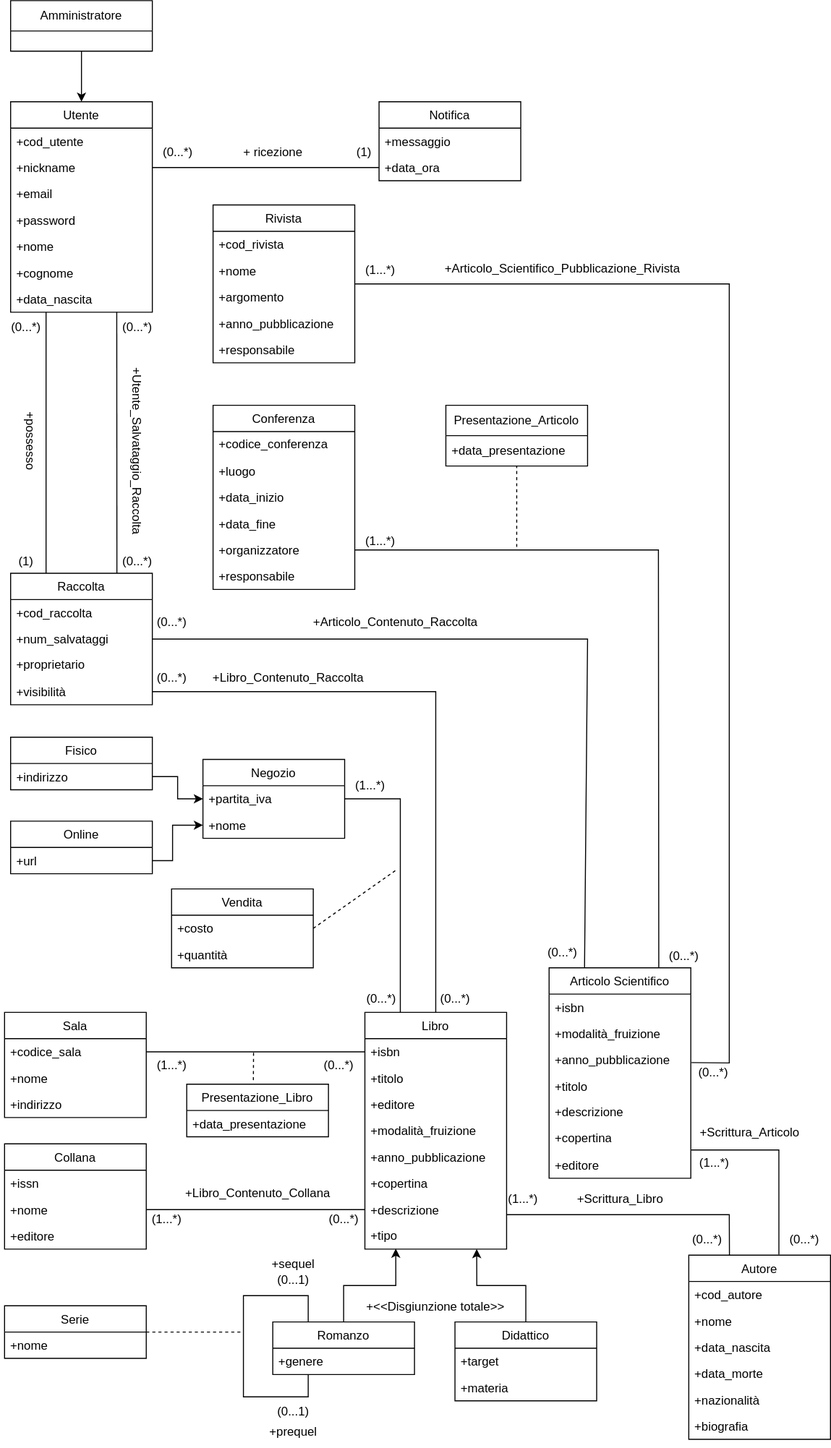
Above: progettazione_concettuale/Modello_Concettuale_UML.drawio.svg in m3tt0/Progetto_OB_BASI (draw.io), before the change. Source tidied: cells renumbered, new cells last; positions are measured from the earlier drawing's top-left corner, leaving out a move shared by most shapes.
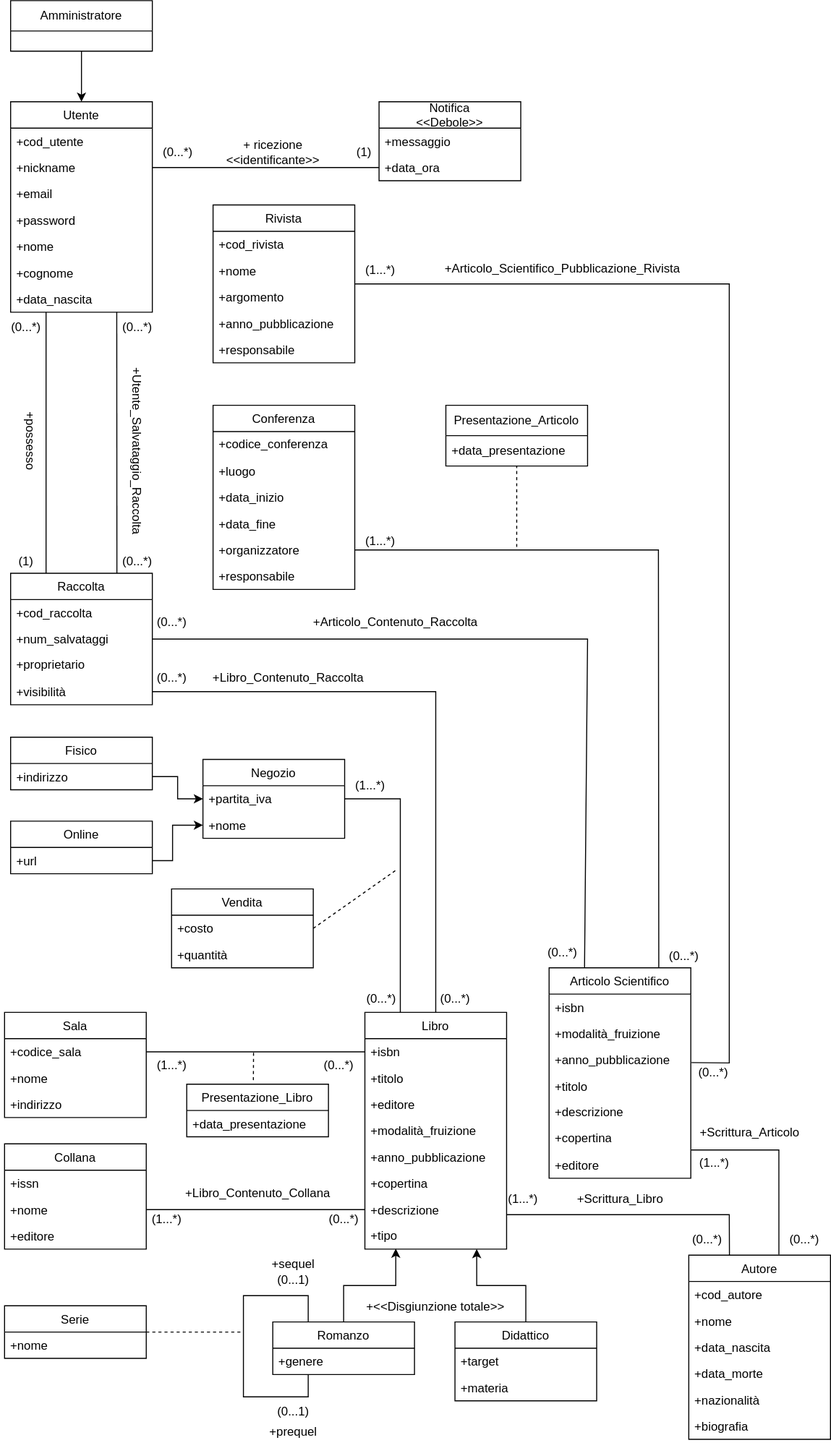
Above is the later version.

The edit, as a diff of the source:
```diff
@@ -358,7 +358,7 @@
     <mxCell id="111" style="edgeStyle=orthogonalEdgeStyle;rounded=0;jettySize=auto;html=1;entryX=1;entryY=0.5;entryDx=0;entryDy=0;exitX=0;exitY=0.5;exitDx=0;exitDy=0;endArrow=none;endFill=0;" parent="1" edge="1" source="114" target="94">
       <mxGeometry relative="1" as="geometry" />
     </mxCell>
-    <mxCell id="112" value="Notifica" style="swimlane;fontStyle=0;horizontal=1;startSize=26;fillColor=none;" parent="1" vertex="1">
+    <mxCell id="112" value="Notifica&#10;&lt;&lt;Debole&gt;&gt;" style="swimlane;fontStyle=0;horizontal=1;startSize=26;fillColor=none;" parent="1" vertex="1">
       <mxGeometry x="384" y="100" width="140" height="78" as="geometry" />
     </mxCell>
     <mxCell id="113" value="+messaggio" style="text;strokeColor=none;fillColor=none;align=left;verticalAlign=top;spacingLeft=4;spacingRight=4;overflow=hidden;" parent="112" vertex="1">
@@ -373,8 +373,8 @@
     <mxCell id="116" value="(0...*)" style="text;html=1;align=center;verticalAlign=middle;strokeColor=none;fillColor=none;" parent="1" vertex="1">
       <mxGeometry x="160" y="135" width="50" height="30" as="geometry" />
     </mxCell>
-    <mxCell id="117" value="+ ricezione" style="text;html=1;align=center;verticalAlign=middle;strokeColor=none;fillColor=none;rotation=0;" parent="1" vertex="1">
-      <mxGeometry x="239" y="135" width="80" height="30" as="geometry" />
+    <mxCell id="117" value="+ ricezione&lt;br&gt;&amp;lt;&amp;lt;identificante&amp;gt;&amp;gt;" style="text;html=1;align=center;verticalAlign=middle;strokeColor=none;fillColor=none;rotation=0;" parent="1" vertex="1">
+      <mxGeometry x="219" y="130" width="120" height="40" as="geometry" />
     </mxCell>
     <mxCell id="118" value="+Articolo_Contenuto_Raccolta" style="text;html=1;align=center;verticalAlign=middle;strokeColor=none;fillColor=none;rotation=0;" parent="1" vertex="1">
       <mxGeometry x="305" y="600" width="190" height="30" as="geometry" />
```
